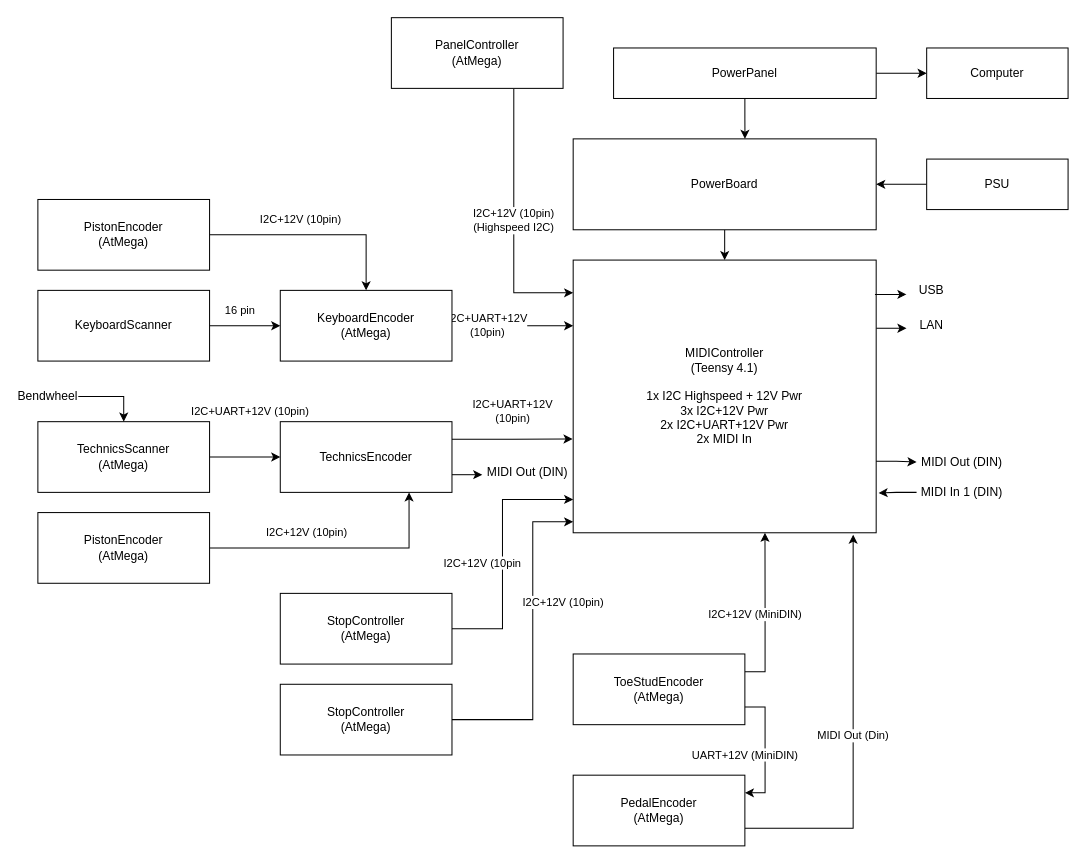
Above: page "Boards" (1 of 4) of boards/Boards.drawio in stefanhepp/eOrgan (draw.io), before the change. Source tidied: cells renumbered, new cells numbered last; positions are measured from the earlier drawing's top-left corner, leaving out a move shared by most shapes. Both pictures are drawn from the tidied source at 101%, with x=0, y=0 at pixel (17, 17).
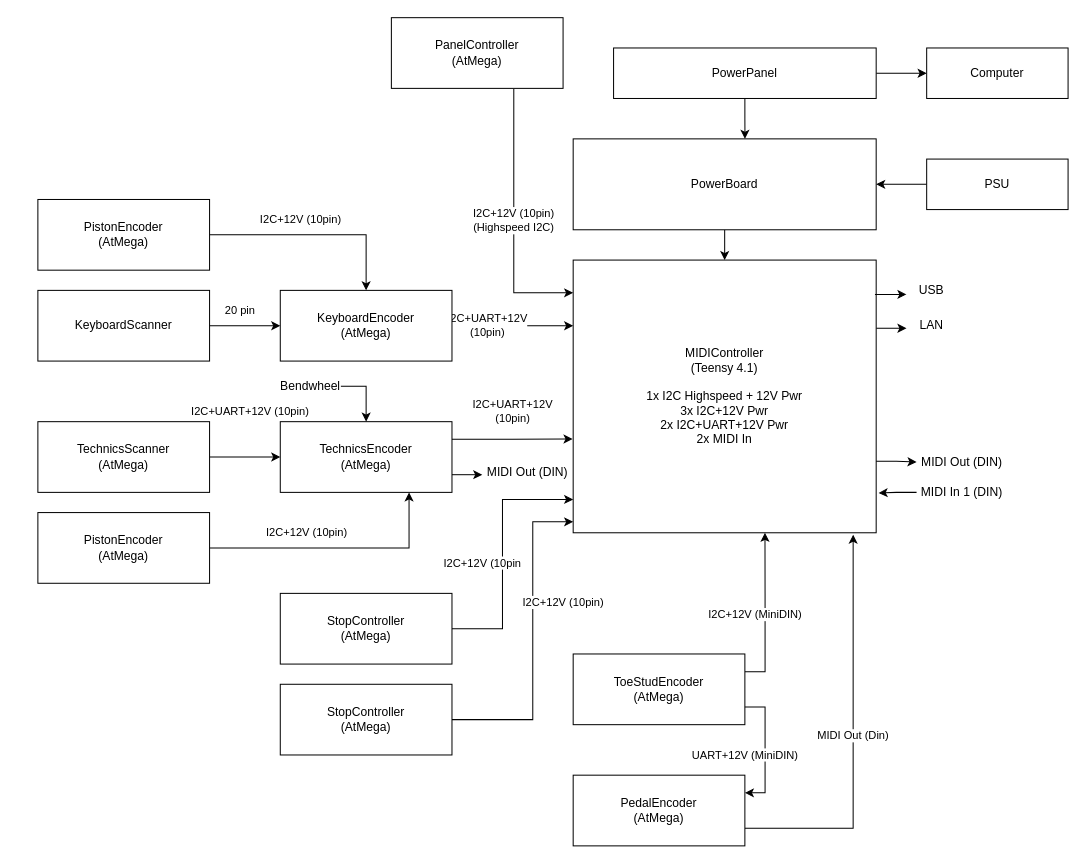
The same page after the edit.

The change refers to these unchanged cells:
```xml
<mxCell id="20" value="KeyboardEncoder&lt;br&gt;(AtMega)" style="rounded=0;whiteSpace=wrap;html=1;" parent="1" vertex="1">
  <mxGeometry x="260" y="270" width="170" height="70" as="geometry" />
</mxCell>
<mxCell id="24" value="TechnicsScanner&lt;br&gt;(AtMega)" style="rounded=0;whiteSpace=wrap;html=1;" parent="1" vertex="1">
  <mxGeometry x="20" y="400" width="170" height="70" as="geometry" />
</mxCell>
<mxCell id="26" value="KeyboardScanner" style="rounded=0;whiteSpace=wrap;html=1;" parent="1" vertex="1">
  <mxGeometry x="20" y="270" width="170" height="70" as="geometry" />
</mxCell>
```

The edit, as a diff of the source:
```diff
@@
-    <mxCell id="18" value="TechnicsEncoder" style="rounded=0;whiteSpace=wrap;html=1;" parent="1" vertex="1">
+    <mxCell id="18" value="TechnicsEncoder&lt;br&gt;(AtMega)" style="rounded=0;whiteSpace=wrap;html=1;" parent="1" vertex="1">
       <mxGeometry x="260" y="400" width="170" height="70" as="geometry" />
     </mxCell>
@@
-    <mxCell id="25" value="16 pin" style="edgeStyle=orthogonalEdgeStyle;rounded=0;jettySize=auto;html=1;exitX=1;exitY=0.5;exitDx=0;exitDy=0;entryX=0;entryY=0.5;entryDx=0;entryDy=0;" parent="1" edge="1" source="26" target="20">
+    <mxCell id="25" value="20 pin" style="edgeStyle=orthogonalEdgeStyle;rounded=0;jettySize=auto;html=1;exitX=1;exitY=0.5;exitDx=0;exitDy=0;entryX=0;entryY=0.5;entryDx=0;entryDy=0;" parent="1" edge="1" source="26" target="20">
       <mxGeometry x="-0.14" y="15" relative="1" as="geometry">
         <Array as="points">
           <mxPoint x="230" y="305" />
           <mxPoint x="230" y="305" />
         </Array>
       </mxGeometry>
     </mxCell>
@@
-    <mxCell id="27" style="edgeStyle=orthogonalEdgeStyle;rounded=0;jettySize=auto;html=1;exitX=1;exitY=0.5;exitDx=0;exitDy=0;entryX=0.5;entryY=0;entryDx=0;entryDy=0;" parent="1" edge="1" source="28" target="24">
+    <mxCell id="27" style="edgeStyle=orthogonalEdgeStyle;rounded=0;jettySize=auto;html=1;exitX=1;exitY=0.5;exitDx=0;exitDy=0;entryX=0.5;entryY=0;entryDx=0;entryDy=0;" parent="1" edge="1" source="28" target="18">
       <mxGeometry relative="1" as="geometry" />
     </mxCell>
     <mxCell id="28" value="Bendwheel" style="text;html=1;strokeColor=none;fillColor=none;align=center;verticalAlign=middle;whiteSpace=wrap;rounded=0;" parent="1" vertex="1">
-      <mxGeometry y="360" width="60" height="30" as="geometry" />
+      <mxGeometry x="260" y="350" width="60" height="30" as="geometry" />
     </mxCell>
```
